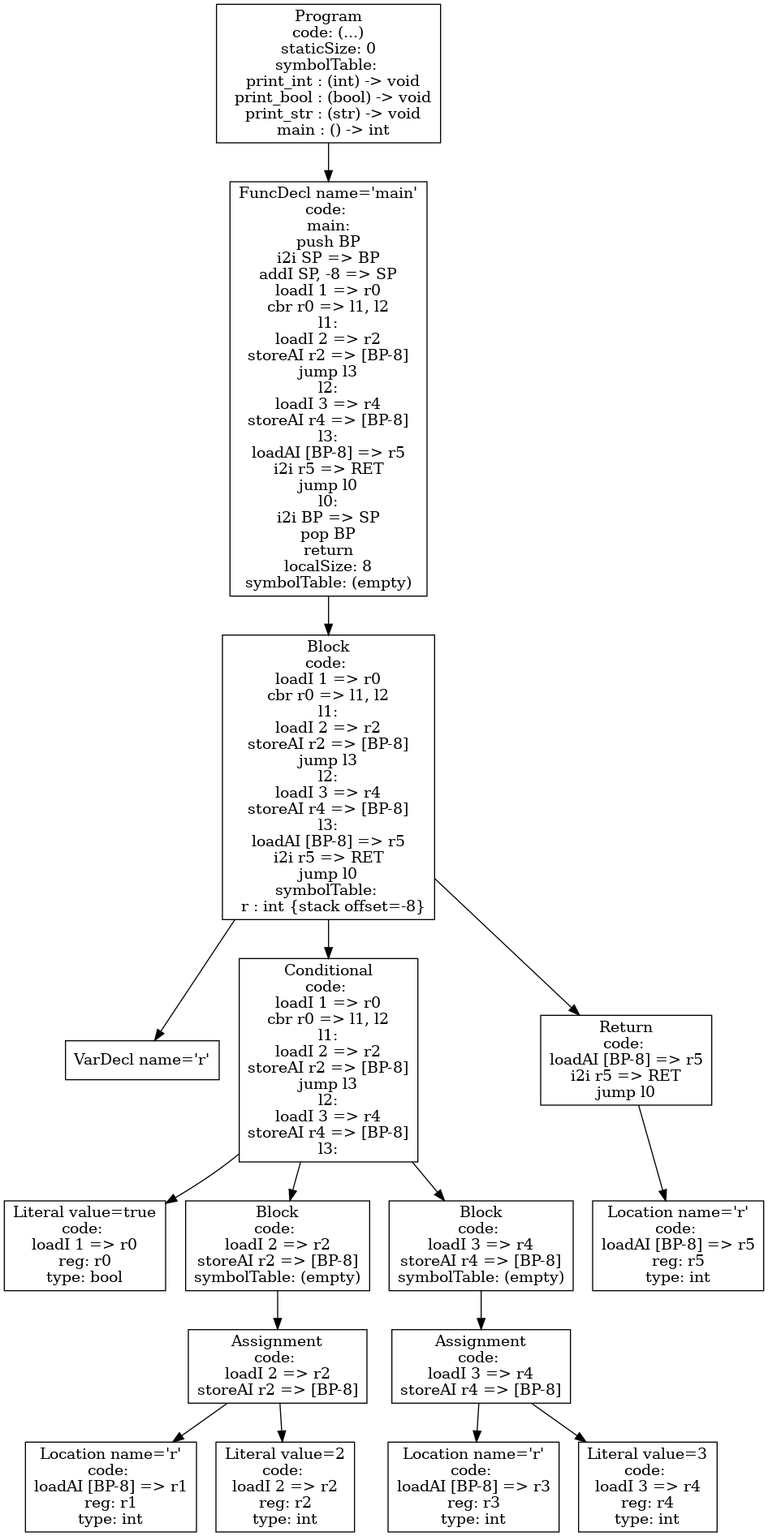
This is p4-codegen/ast.png from tran3jm/f22_compilers, a Graphviz export, as it was before one commit. Its source is kept beside it as p4-codegen/ast.dot.
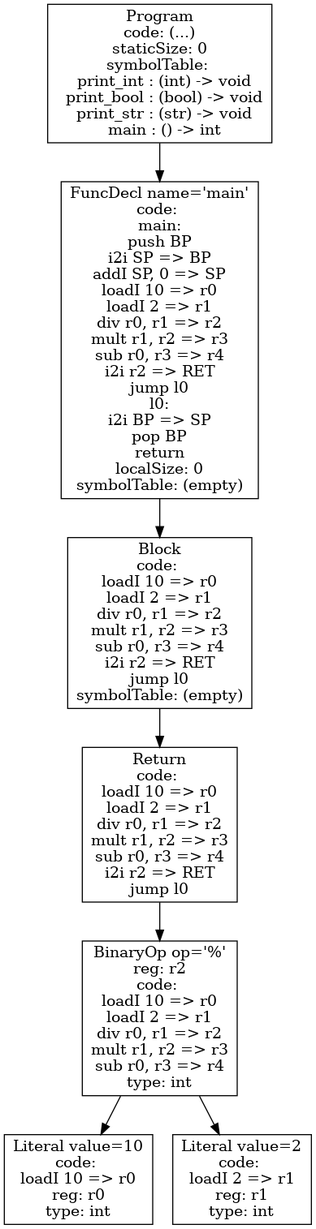
Later version of the same file.

Change to the diagram source:
```diff
@@ -1,32 +1,14 @@
 digraph AST {
-3 [shape=box, label="VarDecl name='r'"];
-5 [shape=box, label="Literal value=true\ncode: \nloadI 1 => r0\nreg: r0\ntype: bool"];
-8 [shape=box, label="Location name='r'\ncode: \nloadAI [BP-8] => r1\nreg: r1\ntype: int"];
-9 [shape=box, label="Literal value=2\ncode: \nloadI 2 => r2\nreg: r2\ntype: int"];
-7 [shape=box, label="Assignment\ncode: \nloadI 2 => r2\nstoreAI r2 => [BP-8]"];
-7 -> 8;
-7 -> 9;
-6 [shape=box, label="Block\ncode: \nloadI 2 => r2\nstoreAI r2 => [BP-8]\nsymbolTable: (empty)"];
-6 -> 7;
-12 [shape=box, label="Location name='r'\ncode: \nloadAI [BP-8] => r3\nreg: r3\ntype: int"];
-13 [shape=box, label="Literal value=3\ncode: \nloadI 3 => r4\nreg: r4\ntype: int"];
-11 [shape=box, label="Assignment\ncode: \nloadI 3 => r4\nstoreAI r4 => [BP-8]"];
-11 -> 12;
-11 -> 13;
-10 [shape=box, label="Block\ncode: \nloadI 3 => r4\nstoreAI r4 => [BP-8]\nsymbolTable: (empty)"];
-10 -> 11;
-4 [shape=box, label="Conditional\ncode: \nloadI 1 => r0\ncbr r0 => l1, l2\nl1:\nloadI 2 => r2\nstoreAI r2 => [BP-8]\njump l3\nl2:\nloadI 3 => r4\nstoreAI r4 => [BP-8]\nl3:"];
+5 [shape=box, label="Literal value=10\ncode: \nloadI 10 => r0\nreg: r0\ntype: int"];
+6 [shape=box, label="Literal value=2\ncode: \nloadI 2 => r1\nreg: r1\ntype: int"];
+4 [shape=box, label="BinaryOp op='%'\nreg: r2\ncode: \nloadI 10 => r0\nloadI 2 => r1\ndiv r0, r1 => r2\nmult r1, r2 => r3\nsub r0, r3 => r4\ntype: int"];
 4 -> 5;
 4 -> 6;
-4 -> 10;
-15 [shape=box, label="Location name='r'\ncode: \nloadAI [BP-8] => r5\nreg: r5\ntype: int"];
-14 [shape=box, label="Return\ncode: \nloadAI [BP-8] => r5\ni2i r5 => RET\njump l0"];
-14 -> 15;
-2 [shape=box, label="Block\ncode: \nloadI 1 => r0\ncbr r0 => l1, l2\nl1:\nloadI 2 => r2\nstoreAI r2 => [BP-8]\njump l3\nl2:\nloadI 3 => r4\nstoreAI r4 => [BP-8]\nl3:\nloadAI [BP-8] => r5\ni2i r5 => RET\njump l0\nsymbolTable: \n  r : int {stack offset=-8}"];
+3 [shape=box, label="Return\ncode: \nloadI 10 => r0\nloadI 2 => r1\ndiv r0, r1 => r2\nmult r1, r2 => r3\nsub r0, r3 => r4\ni2i r2 => RET\njump l0"];
+3 -> 4;
+2 [shape=box, label="Block\ncode: \nloadI 10 => r0\nloadI 2 => r1\ndiv r0, r1 => r2\nmult r1, r2 => r3\nsub r0, r3 => r4\ni2i r2 => RET\njump l0\nsymbolTable: (empty)"];
 2 -> 3;
-2 -> 4;
-2 -> 14;
-1 [shape=box, label="FuncDecl name='main'\ncode: \nmain:\npush BP\ni2i SP => BP\naddI SP, -8 => SP\nloadI 1 => r0\ncbr r0 => l1, l2\nl1:\nloadI 2 => r2\nstoreAI r2 => [BP-8]\njump l3\nl2:\nloadI 3 => r4\nstoreAI r4 => [BP-8]\nl3:\nloadAI [BP-8] => r5\ni2i r5 => RET\njump l0\nl0:\ni2i BP => SP\npop BP\nreturn\nlocalSize: 8\nsymbolTable: (empty)"];
+1 [shape=box, label="FuncDecl name='main'\ncode: \nmain:\npush BP\ni2i SP => BP\naddI SP, 0 => SP\nloadI 10 => r0\nloadI 2 => r1\ndiv r0, r1 => r2\nmult r1, r2 => r3\nsub r0, r3 => r4\ni2i r2 => RET\njump l0\nl0:\ni2i BP => SP\npop BP\nreturn\nlocalSize: 0\nsymbolTable: (empty)"];
 1 -> 2;
 0 [shape=box, label="Program\ncode: (...)\nstaticSize: 0\nsymbolTable: \n  print_int : (int) -> void\n  print_bool : (bool) -> void\n  print_str : (str) -> void\n  main : () -> int"];
 0 -> 1;
```
